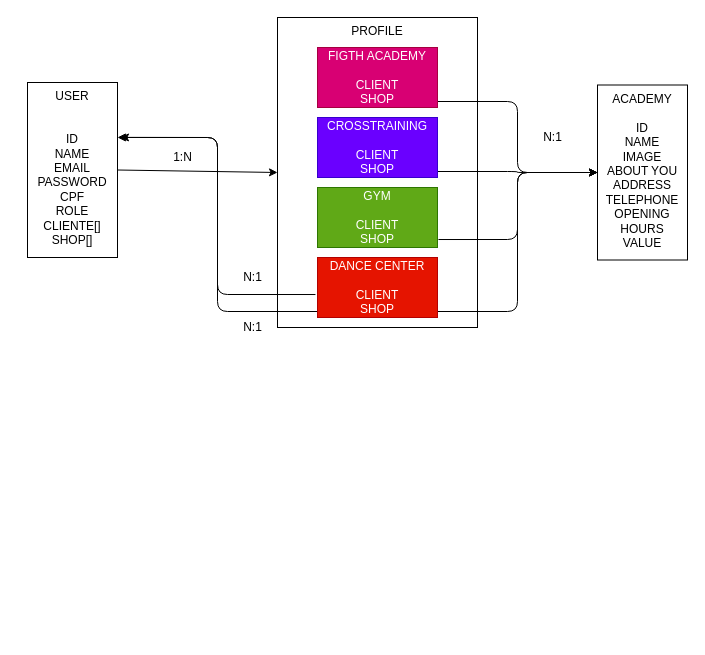
This is search-healthy/esquema.drawio from iuridantas/Search-healthy, a draw.io file, before an edit. Source tidied: cells renumbered, new cells numbered last; positions are measured from the earlier drawing's top-left corner, leaving out a move shared by most shapes. Both pictures are drawn from the tidied source at 100%, with x=0, y=0 at pixel (27, 17).
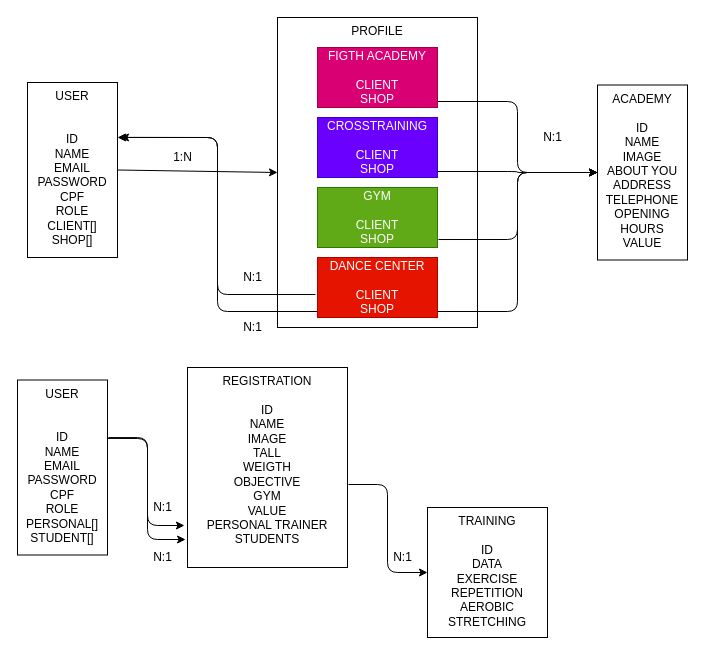
After the change.

What changed in the source:
```diff
@@
-    <mxCell id="16" value="USER&lt;br&gt;&lt;br&gt;&lt;br&gt;ID&lt;br&gt;NAME&lt;br&gt;EMAIL&lt;br&gt;PASSWORD&lt;br&gt;CPF&lt;br&gt;ROLE&lt;br&gt;CLIENTE[]&lt;br&gt;SHOP[]&lt;br&gt;" style="rounded=0;whiteSpace=wrap;html=1;fillColor=default;verticalAlign=top;" parent="1" vertex="1">
+    <mxCell id="16" value="USER&lt;br&gt;&lt;br&gt;&lt;br&gt;ID&lt;br&gt;NAME&lt;br&gt;EMAIL&lt;br&gt;PASSWORD&lt;br&gt;CPF&lt;br&gt;ROLE&lt;br&gt;CLIENT[]&lt;br&gt;SHOP[]" style="rounded=0;whiteSpace=wrap;html=1;fillColor=default;verticalAlign=top;" parent="1" vertex="1">
       <mxGeometry y="65" width="90" height="175" as="geometry" />
     </mxCell>
@@
+    <mxCell id="20" style="edgeStyle=orthogonalEdgeStyle;html=1;exitX=1;exitY=0.334;exitDx=0;exitDy=0;entryX=-0.019;entryY=0.79;entryDx=0;entryDy=0;entryPerimeter=0;exitPerimeter=0;" parent="1" edge="1" source="22" target="24">
+      <mxGeometry relative="1" as="geometry" />
+    </mxCell>
+    <mxCell id="21" style="edgeStyle=orthogonalEdgeStyle;html=1;exitX=1.011;exitY=0.329;exitDx=0;exitDy=0;entryX=-0.012;entryY=0.86;entryDx=0;entryDy=0;entryPerimeter=0;exitPerimeter=0;" parent="1" edge="1" source="22" target="24">
+      <mxGeometry relative="1" as="geometry" />
+    </mxCell>
+    <mxCell id="22" value="USER&lt;br&gt;&lt;br&gt;&lt;br&gt;ID&lt;br&gt;NAME&lt;br&gt;EMAIL&lt;br&gt;PASSWORD&lt;br&gt;CPF&lt;br&gt;ROLE&lt;br&gt;PERSONAL[]&lt;br&gt;STUDENT[]" style="rounded=0;whiteSpace=wrap;html=1;fillColor=default;verticalAlign=top;" parent="1" vertex="1">
+      <mxGeometry x="-10" y="362.5" width="90" height="175" as="geometry" />
+    </mxCell>
+    <mxCell id="23" style="edgeStyle=orthogonalEdgeStyle;html=1;exitX=1.006;exitY=0.585;exitDx=0;exitDy=0;entryX=0;entryY=0.5;entryDx=0;entryDy=0;exitPerimeter=0;" parent="1" edge="1" source="24" target="25">
+      <mxGeometry relative="1" as="geometry" />
+    </mxCell>
+    <mxCell id="24" value="REGISTRATION&lt;br&gt;&lt;br&gt;ID&lt;br&gt;NAME&lt;br&gt;IMAGE&lt;br&gt;TALL&lt;br&gt;WEIGTH&lt;br&gt;OBJECTIVE&lt;br&gt;GYM&lt;br&gt;VALUE&lt;br&gt;PERSONAL TRAINER&lt;br&gt;STUDENTS" style="rounded=0;whiteSpace=wrap;html=1;fillColor=default;verticalAlign=top;" parent="1" vertex="1">
+      <mxGeometry x="160" y="350" width="160" height="200" as="geometry" />
+    </mxCell>
+    <mxCell id="25" value="TRAINING&lt;br&gt;&lt;br&gt;ID&lt;br&gt;DATA&lt;br&gt;EXERCISE&lt;br&gt;REPETITION&lt;br&gt;AEROBIC&lt;br&gt;STRETCHING" style="rounded=0;whiteSpace=wrap;html=1;fillColor=default;verticalAlign=top;" parent="1" vertex="1">
+      <mxGeometry x="400" y="490" width="120" height="130" as="geometry" />
+    </mxCell>
+    <mxCell id="26" value="N:1" style="text;html=1;align=center;verticalAlign=middle;strokeColor=none;fillColor=none;" parent="1" vertex="1">
+      <mxGeometry x="120" y="480" width="30" height="20" as="geometry" />
+    </mxCell>
+    <mxCell id="27" value="N:1" style="text;html=1;align=center;verticalAlign=middle;strokeColor=none;fillColor=none;" parent="1" vertex="1">
+      <mxGeometry x="120" y="530" width="30" height="20" as="geometry" />
+    </mxCell>
+    <mxCell id="28" value="N:1" style="text;html=1;align=center;verticalAlign=middle;strokeColor=none;fillColor=none;" parent="1" vertex="1">
+      <mxGeometry x="360" y="530" width="30" height="20" as="geometry" />
+    </mxCell>
```
